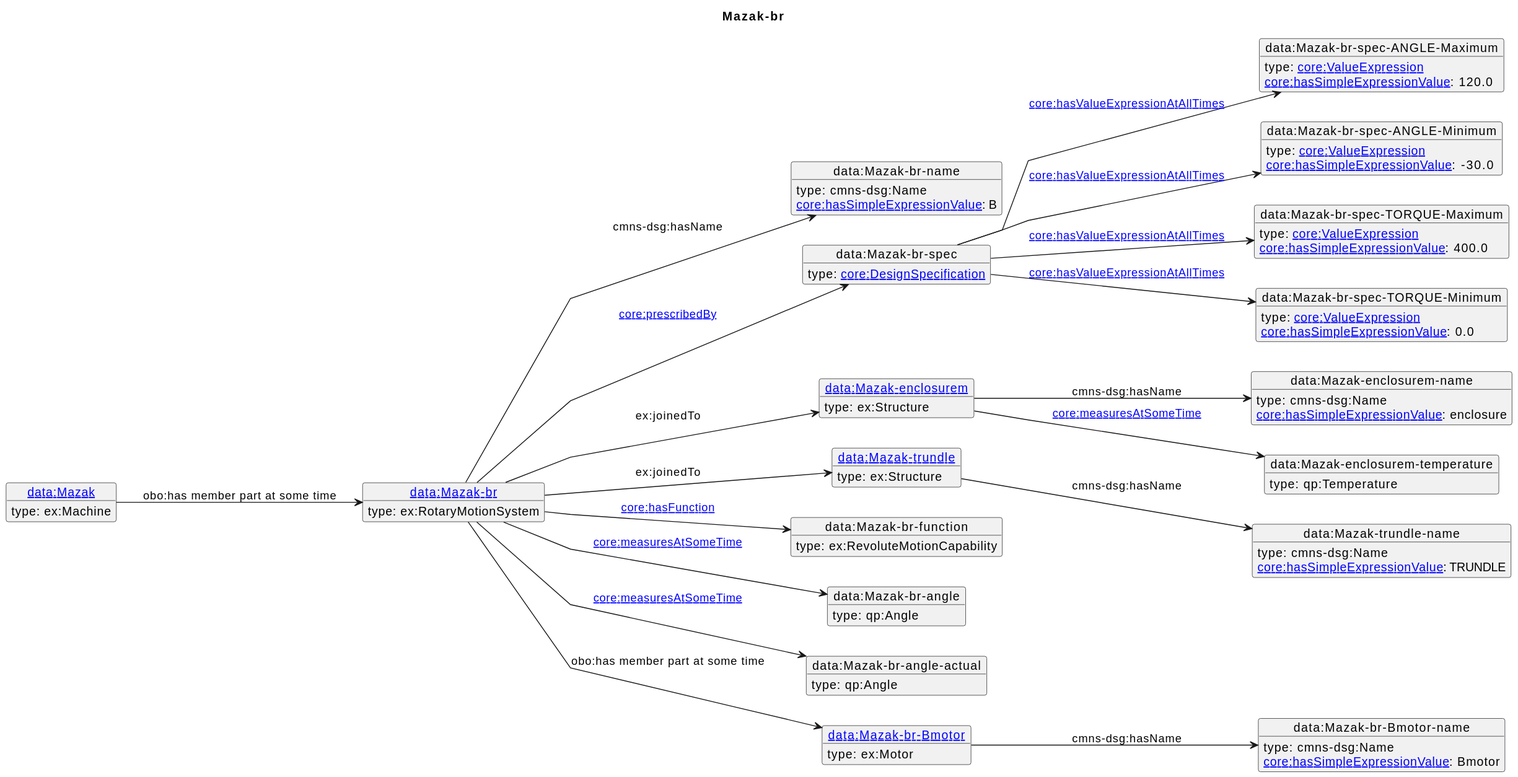
The PlantUML diagram diagrams/Mazak-br.svg in iofoundry/example-syseng-mtconnect, before a commit.
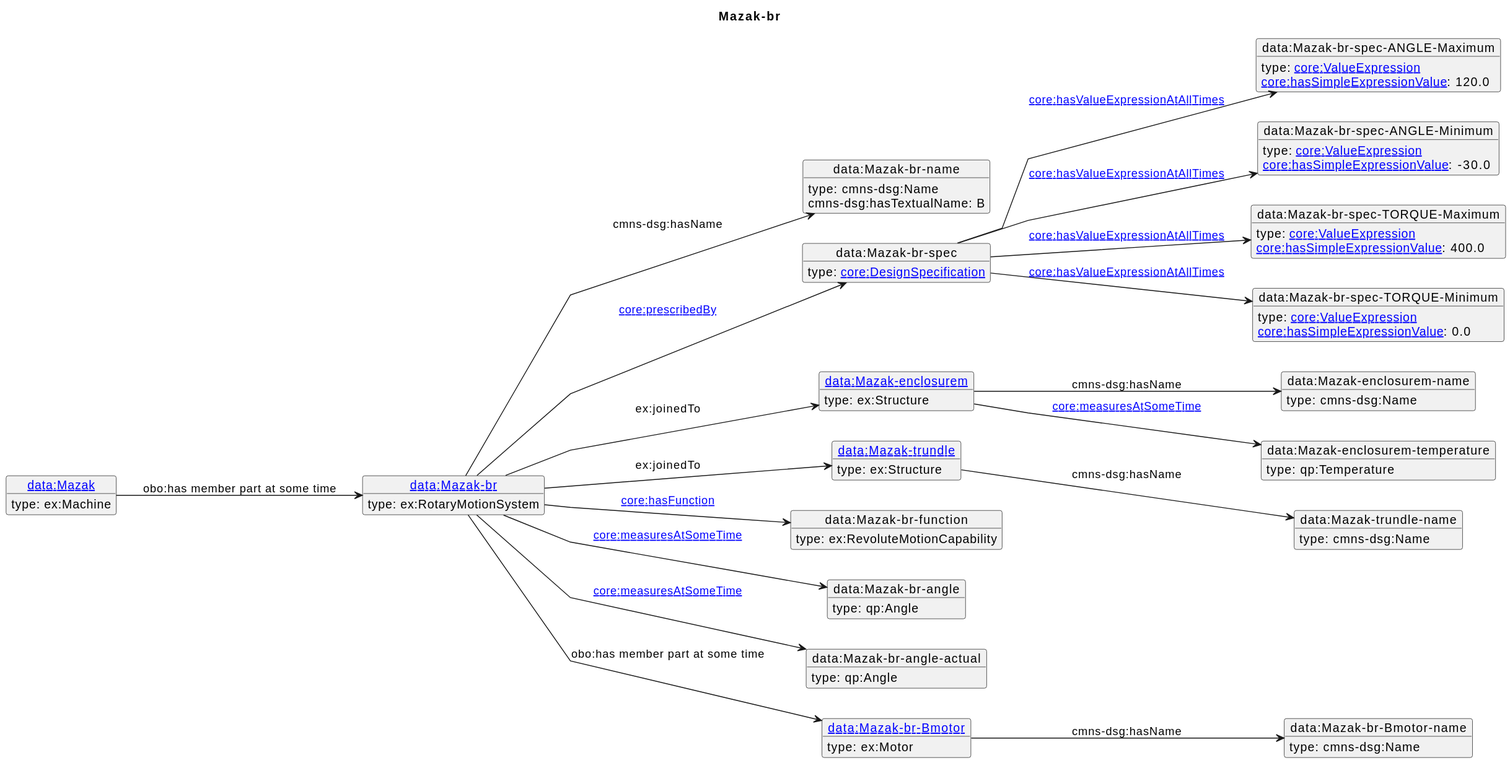
Later version of the same file.

Change to the diagram source:
```diff
@@ -57,7 +57,7 @@
  type: ex:Machine
 }
 o1 --> o2 : cmns-dsg:hasName
-o2 : [[https://spec.industrialontologies.org/ontology/core/Core/hasSimpleExpressionValue core:hasSimpleExpressionValue]]: B
+o2 : cmns-dsg:hasTextualName: B
 o1 --> o3 : [[https://spec.industrialontologies.org/ontology/core/Core/prescribedBy core:prescribedBy]]
 o3 --> o4 : [[https://spec.industrialontologies.org/ontology/core/Core/hasValueExpressionAtAllTimes core:hasValueExpressionAtAllTimes]]
 o4 : [[https://spec.industrialontologies.org/ontology/core/Core/hasSimpleExpressionValue core:hasSimpleExpressionValue]]: 120.0
@@ -69,16 +69,13 @@
 o7 : [[https://spec.industrialontologies.org/ontology/core/Core/hasSimpleExpressionValue core:hasSimpleExpressionValue]]: 0.0
 o1 --> o8 : ex:joinedTo
 o8 --> o9 : cmns-dsg:hasName
-o9 : [[https://spec.industrialontologies.org/ontology/core/Core/hasSimpleExpressionValue core:hasSimpleExpressionValue]]: enclosure
 o8 --> o10 : [[https://spec.industrialontologies.org/ontology/core/Core/measuresAtSomeTime core:measuresAtSomeTime]]
 o1 --> o11 : ex:joinedTo
 o11 --> o12 : cmns-dsg:hasName
-o12 : [[https://spec.industrialontologies.org/ontology/core/Core/hasSimpleExpressionValue core:hasSimpleExpressionValue]]: TRUNDLE
 o1 --> o13 : [[https://spec.industrialontologies.org/ontology/core/Core/hasFunction core:hasFunction]]
 o1 --> o14 : [[https://spec.industrialontologies.org/ontology/core/Core/measuresAtSomeTime core:measuresAtSomeTime]]
 o1 --> o15 : [[https://spec.industrialontologies.org/ontology/core/Core/measuresAtSomeTime core:measuresAtSomeTime]]
 o1 --> o16 : obo:has member part at some time
 o16 --> o17 : cmns-dsg:hasName
-o17 : [[https://spec.industrialontologies.org/ontology/core/Core/hasSimpleExpressionValue core:hasSimpleExpressionValue]]: Bmotor
 o18 --> o1 : obo:has member part at some time
 @enduml
```
